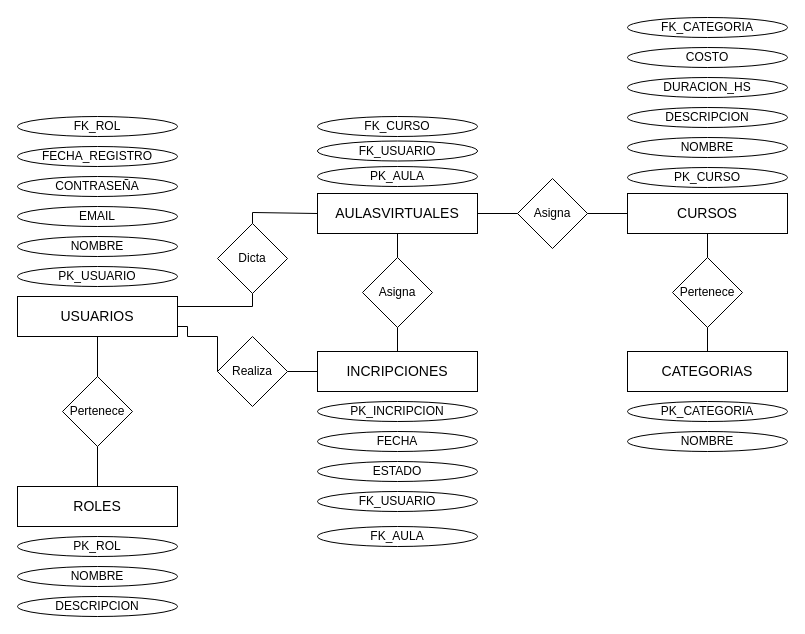
Above: DER/WebCursosOnline.drawio in AlejoCera/Web-de-Cursos-Online (draw.io), before the change. Source tidied: cells renumbered, new cells numbered last; positions are measured from the earlier drawing's top-left corner, leaving out a move shared by most shapes. Both pictures are drawn from the tidied source at 100%, with x=0, y=0 at pixel (17, 17).
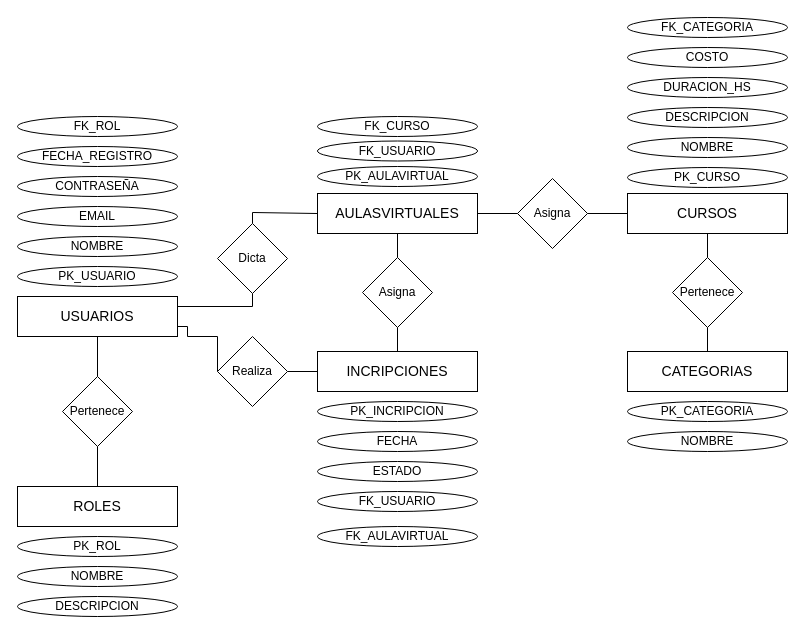
After the change.

Commit message:
modificación menor en el nombre de una PK y una FK

The edit, as a diff of the source:
```diff
@@
-    <mxCell id="38" value="FK_AULA" style="ellipse;whiteSpace=wrap;html=1;" parent="1" vertex="1">
+    <mxCell id="38" value="FK_AULAVIRTUAL" style="ellipse;whiteSpace=wrap;html=1;" parent="1" vertex="1">
       <mxGeometry x="300" y="509" width="160" height="20" as="geometry" />
     </mxCell>
@@
-    <mxCell id="43" value="PK_AULA" style="ellipse;whiteSpace=wrap;html=1;" parent="1" vertex="1">
+    <mxCell id="43" value="PK_AULAVIRTUAL" style="ellipse;whiteSpace=wrap;html=1;" parent="1" vertex="1">
       <mxGeometry x="300" y="149" width="160" height="20" as="geometry" />
     </mxCell>
```
